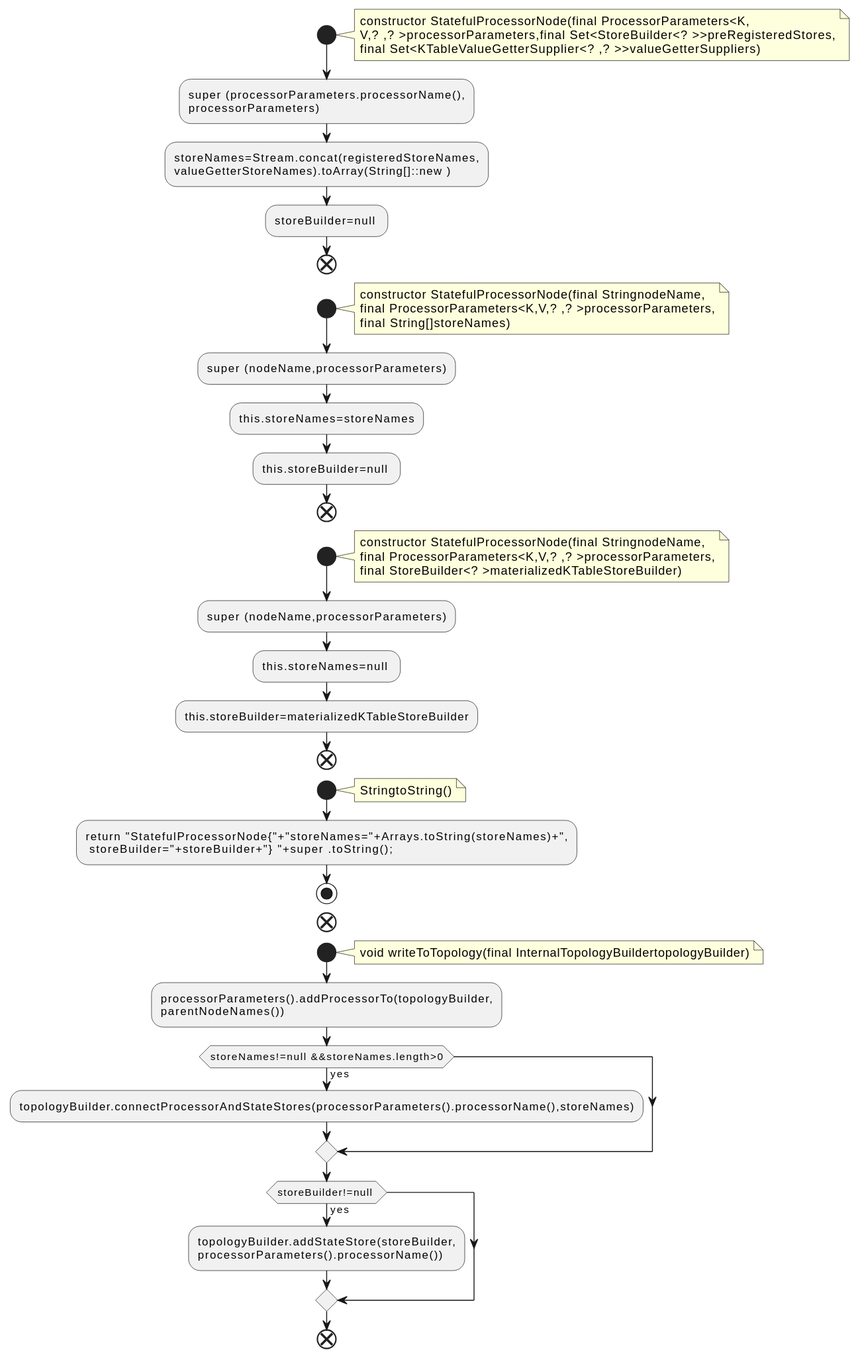
The PlantUML diagram docs/qc/streams/src/main/java/org/apache/kafka/streams/kstream/internals/graph/StatefulProcessorNode.java.fct.svg in qualitesys/kafka, before a commit.
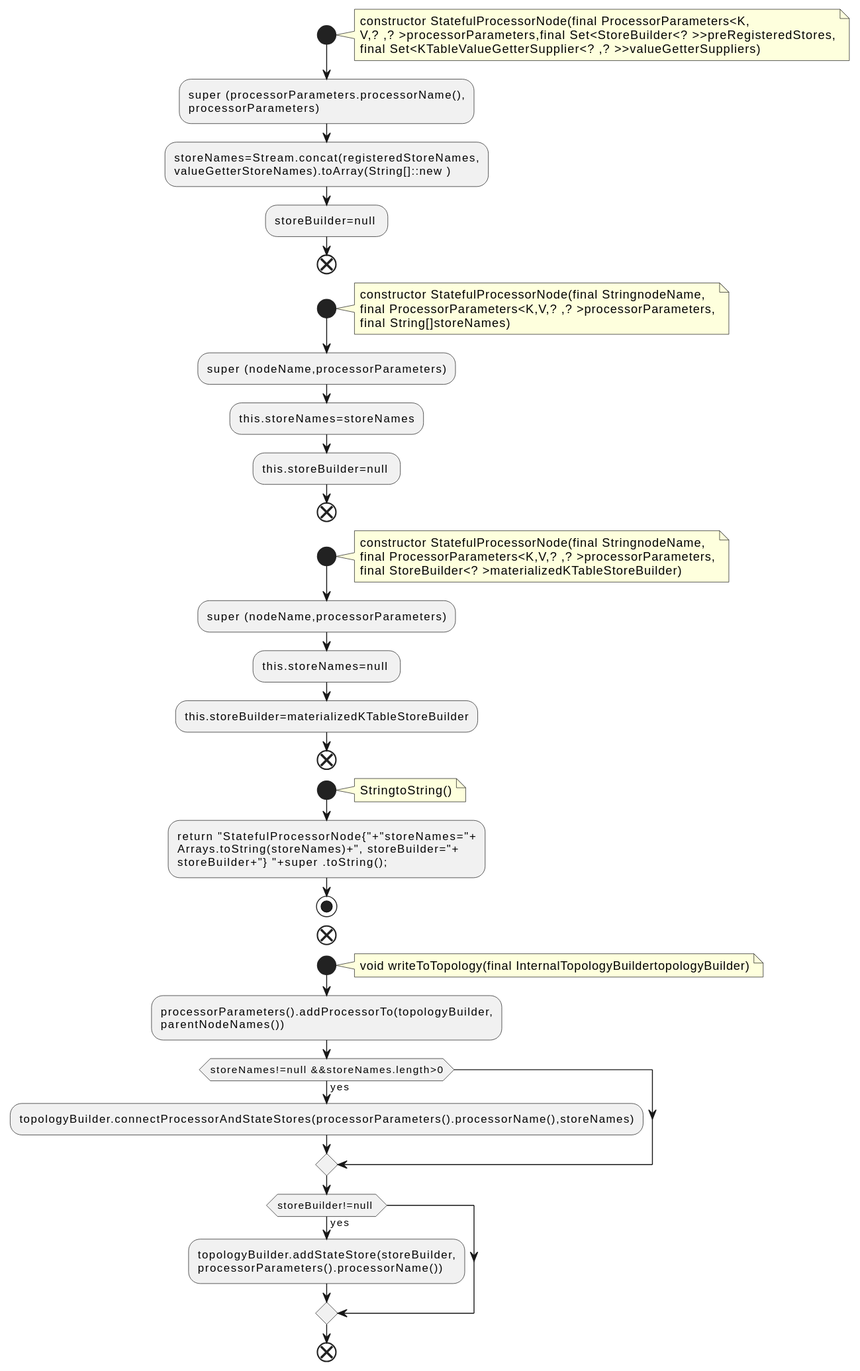
After the commit.

The edit, as a diff of the source:
```diff
@@ -36,8 +36,9 @@
 note right
 StringtoString()
 end note
-:return "StatefulProcessorNode{"+"storeNames="+Arrays.toString(storeNames)+",
- storeBuilder="+storeBuilder+"} "+super .toString();;
+:return "StatefulProcessorNode{"+"storeNames="+
+Arrays.toString(storeNames)+", storeBuilder="+
+storeBuilder+"} "+super .toString();;
 stop
 end
 start
```
